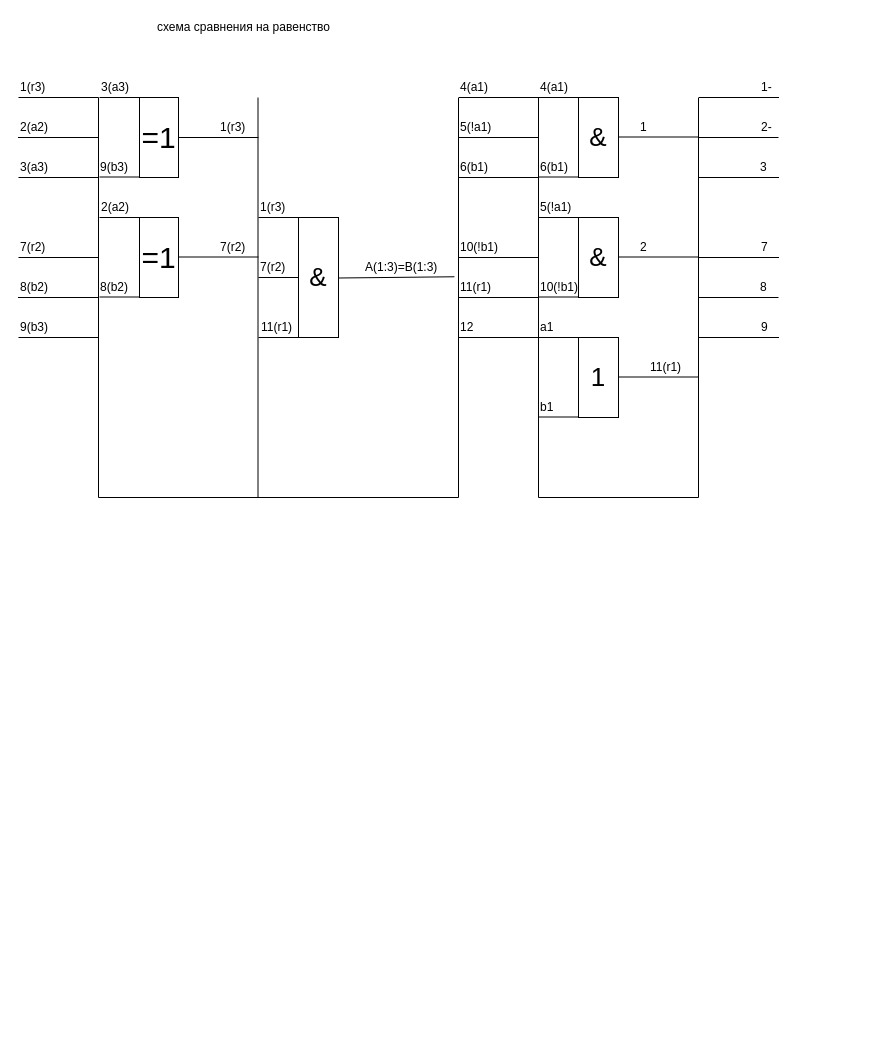
Before: comparing.drawio in nayutalienx/digital_circuits, a draw.io diagram. Source tidied: cells renumbered, new cells numbered last; positions are measured from the earlier drawing's top-left corner, leaving out a move shared by most shapes. Both pictures are drawn from the tidied source at 100%, with x=0, y=0 at pixel (18, 17).
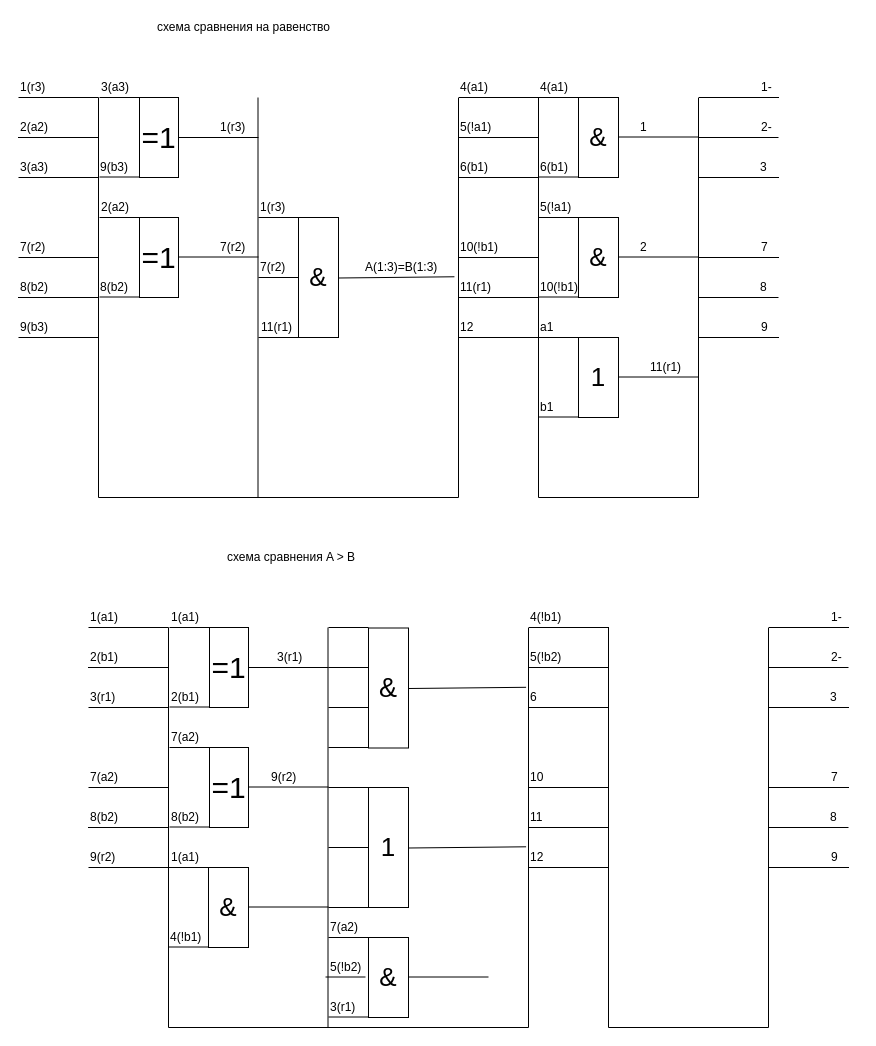
Above is the later version.

Diff of the diagram source:
```diff
@@
+    <mxCell id="90" style="endArrow=none;html=1;" parent="1" edge="1">
+      <mxGeometry relative="1" as="geometry">
+        <mxPoint x="150" y="1010" as="sourcePoint" />
+        <mxPoint x="150" y="610" as="targetPoint" />
+      </mxGeometry>
+    </mxCell>
+    <mxCell id="91" style="endArrow=none;html=1;" parent="1" edge="1">
+      <mxGeometry relative="1" as="geometry">
+        <mxPoint x="150" y="1010" as="sourcePoint" />
+        <mxPoint x="510" y="1010" as="targetPoint" />
+      </mxGeometry>
+    </mxCell>
+    <mxCell id="92" style="endArrow=none;html=1;" parent="1" edge="1">
+      <mxGeometry relative="1" as="geometry">
+        <mxPoint x="510" y="1010" as="sourcePoint" />
+        <mxPoint x="510" y="610" as="targetPoint" />
+      </mxGeometry>
+    </mxCell>
+    <mxCell id="93" style="endArrow=none;html=1;" parent="1" edge="1">
+      <mxGeometry relative="1" as="geometry">
+        <mxPoint x="70" y="610" as="sourcePoint" />
+        <mxPoint x="150" y="610" as="targetPoint" />
+      </mxGeometry>
+    </mxCell>
+    <mxCell id="94" style="endArrow=none;html=1;" parent="1" edge="1">
+      <mxGeometry relative="1" as="geometry">
+        <mxPoint x="69.5" y="650" as="sourcePoint" />
+        <mxPoint x="149.5" y="650" as="targetPoint" />
+      </mxGeometry>
+    </mxCell>
+    <mxCell id="95" style="endArrow=none;html=1;" parent="1" edge="1">
+      <mxGeometry relative="1" as="geometry">
+        <mxPoint x="70" y="690" as="sourcePoint" />
+        <mxPoint x="150" y="690" as="targetPoint" />
+      </mxGeometry>
+    </mxCell>
+    <mxCell id="96" style="endArrow=none;html=1;" parent="1" edge="1">
+      <mxGeometry relative="1" as="geometry">
+        <mxPoint x="70" y="770" as="sourcePoint" />
+        <mxPoint x="150" y="770" as="targetPoint" />
+      </mxGeometry>
+    </mxCell>
+    <mxCell id="97" style="endArrow=none;html=1;" parent="1" edge="1">
+      <mxGeometry relative="1" as="geometry">
+        <mxPoint x="69.5" y="810" as="sourcePoint" />
+        <mxPoint x="149.5" y="810" as="targetPoint" />
+      </mxGeometry>
+    </mxCell>
+    <mxCell id="98" style="endArrow=none;html=1;" parent="1" edge="1">
+      <mxGeometry relative="1" as="geometry">
+        <mxPoint x="70" y="850" as="sourcePoint" />
+        <mxPoint x="150" y="850" as="targetPoint" />
+      </mxGeometry>
+    </mxCell>
+    <mxCell id="99" style="endArrow=none;html=1;" parent="1" edge="1">
+      <mxGeometry relative="1" as="geometry">
+        <mxPoint x="510.5" y="610" as="sourcePoint" />
+        <mxPoint x="590.5" y="610" as="targetPoint" />
+      </mxGeometry>
+    </mxCell>
+    <mxCell id="100" style="endArrow=none;html=1;" parent="1" edge="1">
+      <mxGeometry relative="1" as="geometry">
+        <mxPoint x="510" y="650" as="sourcePoint" />
+        <mxPoint x="590" y="650" as="targetPoint" />
+      </mxGeometry>
+    </mxCell>
+    <mxCell id="101" style="endArrow=none;html=1;" parent="1" edge="1">
+      <mxGeometry relative="1" as="geometry">
+        <mxPoint x="510.5" y="690" as="sourcePoint" />
+        <mxPoint x="590.5" y="690" as="targetPoint" />
+      </mxGeometry>
+    </mxCell>
+    <mxCell id="102" style="endArrow=none;html=1;" parent="1" edge="1">
+      <mxGeometry relative="1" as="geometry">
+        <mxPoint x="510.5" y="770" as="sourcePoint" />
+        <mxPoint x="590.5" y="770" as="targetPoint" />
+      </mxGeometry>
+    </mxCell>
+    <mxCell id="103" style="endArrow=none;html=1;" parent="1" edge="1">
+      <mxGeometry relative="1" as="geometry">
+        <mxPoint x="510" y="810" as="sourcePoint" />
+        <mxPoint x="590" y="810" as="targetPoint" />
+      </mxGeometry>
+    </mxCell>
+    <mxCell id="104" style="endArrow=none;html=1;" parent="1" edge="1">
+      <mxGeometry relative="1" as="geometry">
+        <mxPoint x="510.5" y="850" as="sourcePoint" />
+        <mxPoint x="590.5" y="850" as="targetPoint" />
+      </mxGeometry>
+    </mxCell>
+    <mxCell id="105" style="endArrow=none;html=1;" parent="1" edge="1">
+      <mxGeometry relative="1" as="geometry">
+        <mxPoint x="590" y="1010" as="sourcePoint" />
+        <mxPoint x="590" y="610" as="targetPoint" />
+      </mxGeometry>
+    </mxCell>
+    <mxCell id="106" style="endArrow=none;html=1;" parent="1" edge="1">
+      <mxGeometry relative="1" as="geometry">
+        <mxPoint x="590" y="1010" as="sourcePoint" />
+        <mxPoint x="750" y="1010" as="targetPoint" />
+      </mxGeometry>
+    </mxCell>
+    <mxCell id="107" style="endArrow=none;html=1;" parent="1" edge="1">
+      <mxGeometry relative="1" as="geometry">
+        <mxPoint x="750" y="1010" as="sourcePoint" />
+        <mxPoint x="750" y="610" as="targetPoint" />
+      </mxGeometry>
+    </mxCell>
+    <mxCell id="108" style="endArrow=none;html=1;" parent="1" edge="1">
+      <mxGeometry relative="1" as="geometry">
+        <mxPoint x="750.5" y="610" as="sourcePoint" />
+        <mxPoint x="830.5" y="610" as="targetPoint" />
+      </mxGeometry>
+    </mxCell>
+    <mxCell id="109" style="endArrow=none;html=1;" parent="1" edge="1">
+      <mxGeometry relative="1" as="geometry">
+        <mxPoint x="750" y="650" as="sourcePoint" />
+        <mxPoint x="830" y="650" as="targetPoint" />
+      </mxGeometry>
+    </mxCell>
+    <mxCell id="110" style="endArrow=none;html=1;" parent="1" edge="1">
+      <mxGeometry relative="1" as="geometry">
+        <mxPoint x="750.5" y="690" as="sourcePoint" />
+        <mxPoint x="830.5" y="690" as="targetPoint" />
+      </mxGeometry>
+    </mxCell>
+    <mxCell id="111" style="endArrow=none;html=1;" parent="1" edge="1">
+      <mxGeometry relative="1" as="geometry">
+        <mxPoint x="750.5" y="770" as="sourcePoint" />
+        <mxPoint x="830.5" y="770" as="targetPoint" />
+      </mxGeometry>
+    </mxCell>
+    <mxCell id="112" style="endArrow=none;html=1;" parent="1" edge="1">
+      <mxGeometry relative="1" as="geometry">
+        <mxPoint x="750" y="810" as="sourcePoint" />
+        <mxPoint x="830" y="810" as="targetPoint" />
+      </mxGeometry>
+    </mxCell>
+    <mxCell id="113" style="endArrow=none;html=1;" parent="1" edge="1">
+      <mxGeometry relative="1" as="geometry">
+        <mxPoint x="750.5" y="850" as="sourcePoint" />
+        <mxPoint x="830.5" y="850" as="targetPoint" />
+      </mxGeometry>
+    </mxCell>
+    <mxCell id="114" value="1(a1)" style="text;html=1;align=left;verticalAlign=top;spacingTop=-4;" parent="1" vertex="1">
+      <mxGeometry x="70" y="590" width="40" height="20" as="geometry" />
+    </mxCell>
+    <mxCell id="115" value="2(b1)" style="text;html=1;align=left;verticalAlign=top;spacingTop=-4;" parent="1" vertex="1">
+      <mxGeometry x="70" y="630" width="40" height="20" as="geometry" />
+    </mxCell>
+    <mxCell id="116" value="3(r1)" style="text;html=1;align=left;verticalAlign=top;spacingTop=-4;" parent="1" vertex="1">
+      <mxGeometry x="69.5" y="670" width="40" height="20" as="geometry" />
+    </mxCell>
+    <mxCell id="117" value="4(!b1)" style="text;html=1;align=left;verticalAlign=top;spacingTop=-4;" parent="1" vertex="1">
+      <mxGeometry x="510" y="590" width="50" height="20" as="geometry" />
+    </mxCell>
+    <mxCell id="118" value="5(!b2)" style="text;html=1;align=left;verticalAlign=top;spacingTop=-4;" parent="1" vertex="1">
+      <mxGeometry x="510" y="630" width="50" height="20" as="geometry" />
+    </mxCell>
+    <mxCell id="119" value="6" style="text;html=1;align=left;verticalAlign=top;spacingTop=-4;" parent="1" vertex="1">
+      <mxGeometry x="510" y="670" width="20" height="20" as="geometry" />
+    </mxCell>
+    <mxCell id="120" value="10" style="text;html=1;align=left;verticalAlign=top;spacingTop=-4;" parent="1" vertex="1">
+      <mxGeometry x="510" y="750" width="30" height="20" as="geometry" />
+    </mxCell>
+    <mxCell id="121" value="11" style="text;html=1;align=left;verticalAlign=top;spacingTop=-4;" parent="1" vertex="1">
+      <mxGeometry x="510" y="790" width="30" height="20" as="geometry" />
+    </mxCell>
+    <mxCell id="122" value="12" style="text;html=1;align=left;verticalAlign=top;spacingTop=-4;" parent="1" vertex="1">
+      <mxGeometry x="510" y="830" width="30" height="20" as="geometry" />
+    </mxCell>
+    <mxCell id="123" value="7(a2)" style="text;html=1;align=left;verticalAlign=top;spacingTop=-4;" parent="1" vertex="1">
+      <mxGeometry x="70" y="750" width="40" height="20" as="geometry" />
+    </mxCell>
+    <mxCell id="124" value="8(b2)" style="text;html=1;align=left;verticalAlign=top;spacingTop=-4;" parent="1" vertex="1">
+      <mxGeometry x="69.5" y="790" width="40" height="20" as="geometry" />
+    </mxCell>
+    <mxCell id="125" value="9(r2)" style="text;html=1;align=left;verticalAlign=top;spacingTop=-4;" parent="1" vertex="1">
+      <mxGeometry x="70" y="830" width="40" height="20" as="geometry" />
+    </mxCell>
+    <mxCell id="126" value="1-" style="text;html=1;align=left;verticalAlign=top;spacingTop=-4;" parent="1" vertex="1">
+      <mxGeometry x="810.5" y="590" width="30" height="20" as="geometry" />
+    </mxCell>
+    <mxCell id="127" value="2-" style="text;html=1;align=left;verticalAlign=top;spacingTop=-4;" parent="1" vertex="1">
+      <mxGeometry x="810.5" y="630" width="30" height="20" as="geometry" />
+    </mxCell>
+    <mxCell id="128" value="3" style="text;html=1;align=left;verticalAlign=top;spacingTop=-4;" parent="1" vertex="1">
+      <mxGeometry x="810" y="670" width="20" height="20" as="geometry" />
+    </mxCell>
+    <mxCell id="129" value="7" style="text;html=1;align=left;verticalAlign=top;spacingTop=-4;" parent="1" vertex="1">
+      <mxGeometry x="810.5" y="750" width="20" height="20" as="geometry" />
+    </mxCell>
+    <mxCell id="130" value="8" style="text;html=1;align=left;verticalAlign=top;spacingTop=-4;" parent="1" vertex="1">
+      <mxGeometry x="810" y="790" width="20" height="20" as="geometry" />
+    </mxCell>
+    <mxCell id="131" value="9" style="text;html=1;align=left;verticalAlign=top;spacingTop=-4;" parent="1" vertex="1">
+      <mxGeometry x="810.5" y="830" width="20" height="20" as="geometry" />
+    </mxCell>
+    <mxCell id="132" value="схема сравнения A &amp;gt; B" style="text;html=1;align=left;verticalAlign=top;spacingTop=-4;" parent="1" vertex="1">
+      <mxGeometry x="207" y="530" width="140" height="20" as="geometry" />
+    </mxCell>
+    <mxCell id="133" value="&lt;font style=&quot;font-size: 30px&quot;&gt;=1&lt;/font&gt;" style="rounded=0;whiteSpace=wrap;html=1;" parent="1" vertex="1">
+      <mxGeometry x="191" y="610" width="39" height="80" as="geometry" />
+    </mxCell>
+    <mxCell id="134" style="endArrow=none;html=1;" parent="1" edge="1">
+      <mxGeometry relative="1" as="geometry">
+        <mxPoint x="151" y="610" as="sourcePoint" />
+        <mxPoint x="191" y="610" as="targetPoint" />
+      </mxGeometry>
+    </mxCell>
+    <mxCell id="135" style="endArrow=none;html=1;" parent="1" edge="1">
+      <mxGeometry relative="1" as="geometry">
+        <mxPoint x="151" y="689.5" as="sourcePoint" />
+        <mxPoint x="191" y="689.5" as="targetPoint" />
+      </mxGeometry>
+    </mxCell>
+    <mxCell id="136" value="&lt;font style=&quot;font-size: 30px&quot;&gt;=1&lt;/font&gt;" style="rounded=0;whiteSpace=wrap;html=1;" parent="1" vertex="1">
+      <mxGeometry x="191" y="730" width="39" height="80" as="geometry" />
+    </mxCell>
+    <mxCell id="137" style="endArrow=none;html=1;" parent="1" edge="1">
+      <mxGeometry relative="1" as="geometry">
+        <mxPoint x="151" y="730" as="sourcePoint" />
+        <mxPoint x="191" y="730" as="targetPoint" />
+      </mxGeometry>
+    </mxCell>
+    <mxCell id="138" style="endArrow=none;html=1;" parent="1" edge="1">
+      <mxGeometry relative="1" as="geometry">
+        <mxPoint x="151" y="809.5" as="sourcePoint" />
+        <mxPoint x="191" y="809.5" as="targetPoint" />
+      </mxGeometry>
+    </mxCell>
+    <mxCell id="139" style="endArrow=none;html=1;" parent="1" edge="1">
+      <mxGeometry relative="1" as="geometry">
+        <mxPoint x="230" y="650" as="sourcePoint" />
+        <mxPoint x="310" y="650" as="targetPoint" />
+      </mxGeometry>
+    </mxCell>
+    <mxCell id="140" style="endArrow=none;html=1;" parent="1" edge="1">
+      <mxGeometry relative="1" as="geometry">
+        <mxPoint x="230" y="769.5" as="sourcePoint" />
+        <mxPoint x="310" y="769.5" as="targetPoint" />
+      </mxGeometry>
+    </mxCell>
+    <mxCell id="141" style="endArrow=none;html=1;" parent="1" edge="1">
+      <mxGeometry relative="1" as="geometry">
+        <mxPoint x="309.5" y="1010" as="sourcePoint" />
+        <mxPoint x="309.5" y="610" as="targetPoint" />
+      </mxGeometry>
+    </mxCell>
+    <mxCell id="142" value="&lt;font style=&quot;font-size: 26px&quot;&gt;1&lt;/font&gt;" style="rounded=0;whiteSpace=wrap;html=1;" parent="1" vertex="1">
+      <mxGeometry x="350" y="770" width="40" height="120" as="geometry" />
+    </mxCell>
+    <mxCell id="143" style="endArrow=none;html=1;entryX=0;entryY=0;entryDx=0;entryDy=0;entryPerimeter=0;" parent="1" edge="1" target="142">
+      <mxGeometry relative="1" as="geometry">
+        <mxPoint x="310" y="770" as="sourcePoint" />
+      </mxGeometry>
+    </mxCell>
+    <mxCell id="144" style="endArrow=none;html=1;entryX=0;entryY=0;entryDx=0;entryDy=0;entryPerimeter=0;" parent="1" edge="1">
+      <mxGeometry relative="1" as="geometry">
+        <mxPoint x="310" y="830" as="sourcePoint" />
+        <mxPoint x="350" y="830" as="targetPoint" />
+      </mxGeometry>
+    </mxCell>
+    <mxCell id="145" style="endArrow=none;html=1;entryX=0;entryY=0;entryDx=0;entryDy=0;entryPerimeter=0;" parent="1" edge="1">
+      <mxGeometry relative="1" as="geometry">
+        <mxPoint x="310" y="890" as="sourcePoint" />
+        <mxPoint x="350" y="890" as="targetPoint" />
+      </mxGeometry>
+    </mxCell>
+    <mxCell id="146" style="endArrow=none;html=1;entryX=-0.081;entryY=-0.036;entryDx=0;entryDy=0;entryPerimeter=0;" parent="1" edge="1">
+      <mxGeometry relative="1" as="geometry">
+        <mxPoint x="390" y="830.5" as="sourcePoint" />
+        <mxPoint x="507.6" y="829.3" as="targetPoint" />
+      </mxGeometry>
+    </mxCell>
+    <mxCell id="147" value="1(a1)" style="text;html=1;align=left;verticalAlign=top;spacingTop=-4;" parent="1" vertex="1">
+      <mxGeometry x="151" y="590" width="40" height="20" as="geometry" />
+    </mxCell>
+    <mxCell id="148" value="2(b1)" style="text;html=1;align=left;verticalAlign=top;spacingTop=-4;" parent="1" vertex="1">
+      <mxGeometry x="151" y="670" width="40" height="20" as="geometry" />
+    </mxCell>
+    <mxCell id="149" value="3(r1)" style="text;html=1;align=left;verticalAlign=top;spacingTop=-4;" parent="1" vertex="1">
+      <mxGeometry x="257" y="630" width="40" height="20" as="geometry" />
+    </mxCell>
+    <mxCell id="150" value="7(a2)" style="text;html=1;align=left;verticalAlign=top;spacingTop=-4;" parent="1" vertex="1">
+      <mxGeometry x="151" y="710" width="40" height="20" as="geometry" />
+    </mxCell>
+    <mxCell id="151" value="8(b2)" style="text;html=1;align=left;verticalAlign=top;spacingTop=-4;" parent="1" vertex="1">
+      <mxGeometry x="151" y="790" width="40" height="20" as="geometry" />
+    </mxCell>
+    <mxCell id="152" value="9(r2)" style="text;html=1;align=left;verticalAlign=top;spacingTop=-4;" parent="1" vertex="1">
+      <mxGeometry x="251" y="750" width="40" height="20" as="geometry" />
+    </mxCell>
+    <mxCell id="153" value="&lt;font style=&quot;font-size: 26px&quot;&gt;&amp;amp;&lt;/font&gt;" style="rounded=0;whiteSpace=wrap;html=1;" parent="1" vertex="1">
+      <mxGeometry x="190" y="850" width="40" height="80" as="geometry" />
+    </mxCell>
+    <mxCell id="154" style="endArrow=none;html=1;entryX=0;entryY=0;entryDx=0;entryDy=0;entryPerimeter=0;" parent="1" edge="1" target="153">
+      <mxGeometry relative="1" as="geometry">
+        <mxPoint x="150" y="850" as="sourcePoint" />
+      </mxGeometry>
+    </mxCell>
+    <mxCell id="155" style="endArrow=none;html=1;entryX=0;entryY=0;entryDx=0;entryDy=0;entryPerimeter=0;" parent="1" edge="1">
+      <mxGeometry relative="1" as="geometry">
+        <mxPoint x="150" y="929.5" as="sourcePoint" />
+        <mxPoint x="190" y="929.5" as="targetPoint" />
+      </mxGeometry>
+    </mxCell>
+    <mxCell id="156" style="endArrow=none;html=1;" parent="1" edge="1">
+      <mxGeometry relative="1" as="geometry">
+        <mxPoint x="230" y="889.5" as="sourcePoint" />
+        <mxPoint x="310" y="889.5" as="targetPoint" />
+      </mxGeometry>
+    </mxCell>
+    <mxCell id="157" value="&lt;font style=&quot;font-size: 26px&quot;&gt;&amp;amp;&lt;/font&gt;" style="rounded=0;whiteSpace=wrap;html=1;" parent="1" vertex="1">
+      <mxGeometry x="350" y="920" width="40" height="80" as="geometry" />
+    </mxCell>
+    <mxCell id="158" style="endArrow=none;html=1;entryX=0;entryY=0;entryDx=0;entryDy=0;entryPerimeter=0;" parent="1" edge="1" target="157">
+      <mxGeometry relative="1" as="geometry">
+        <mxPoint x="310" y="920" as="sourcePoint" />
+      </mxGeometry>
+    </mxCell>
+    <mxCell id="159" style="endArrow=none;html=1;entryX=0;entryY=0;entryDx=0;entryDy=0;entryPerimeter=0;" parent="1" edge="1">
+      <mxGeometry relative="1" as="geometry">
+        <mxPoint x="310" y="999.5" as="sourcePoint" />
+        <mxPoint x="350" y="999.5" as="targetPoint" />
+      </mxGeometry>
+    </mxCell>
+    <mxCell id="160" style="endArrow=none;html=1;" parent="1" edge="1">
+      <mxGeometry relative="1" as="geometry">
+        <mxPoint x="390" y="959.5" as="sourcePoint" />
+        <mxPoint x="470" y="959.5" as="targetPoint" />
+      </mxGeometry>
+    </mxCell>
+    <mxCell id="161" value="&lt;font style=&quot;font-size: 27px&quot;&gt;&amp;amp;&lt;/font&gt;" style="rounded=0;whiteSpace=wrap;html=1;" parent="1" vertex="1">
+      <mxGeometry x="350" y="610.5" width="40" height="120" as="geometry" />
+    </mxCell>
+    <mxCell id="162" style="endArrow=none;html=1;entryX=0;entryY=0;entryDx=0;entryDy=0;entryPerimeter=0;" parent="1" edge="1">
+      <mxGeometry relative="1" as="geometry">
+        <mxPoint x="310" y="610" as="sourcePoint" />
+        <mxPoint x="350" y="610" as="targetPoint" />
+      </mxGeometry>
+    </mxCell>
+    <mxCell id="163" style="endArrow=none;html=1;entryX=0;entryY=0;entryDx=0;entryDy=0;entryPerimeter=0;" parent="1" edge="1">
+      <mxGeometry relative="1" as="geometry">
+        <mxPoint x="310" y="650" as="sourcePoint" />
+        <mxPoint x="350" y="650" as="targetPoint" />
+      </mxGeometry>
+    </mxCell>
+    <mxCell id="164" style="endArrow=none;html=1;entryX=0;entryY=0;entryDx=0;entryDy=0;entryPerimeter=0;" parent="1" edge="1">
+      <mxGeometry relative="1" as="geometry">
+        <mxPoint x="310" y="730" as="sourcePoint" />
+        <mxPoint x="350" y="730" as="targetPoint" />
+      </mxGeometry>
+    </mxCell>
+    <mxCell id="165" style="endArrow=none;html=1;entryX=0;entryY=0;entryDx=0;entryDy=0;entryPerimeter=0;" parent="1" edge="1">
+      <mxGeometry relative="1" as="geometry">
+        <mxPoint x="310" y="690" as="sourcePoint" />
+        <mxPoint x="350" y="690" as="targetPoint" />
+      </mxGeometry>
+    </mxCell>
+    <mxCell id="166" style="endArrow=none;html=1;entryX=-0.081;entryY=-0.036;entryDx=0;entryDy=0;entryPerimeter=0;" parent="1" edge="1">
+      <mxGeometry relative="1" as="geometry">
+        <mxPoint x="390" y="671" as="sourcePoint" />
+        <mxPoint x="507.6" y="669.8" as="targetPoint" />
+      </mxGeometry>
+    </mxCell>
+    <mxCell id="167" value="4(!b1)" style="text;html=1;align=left;verticalAlign=top;spacingTop=-4;" parent="1" vertex="1">
+      <mxGeometry x="150" y="910" width="50" height="20" as="geometry" />
+    </mxCell>
+    <mxCell id="168" value="1(a1)" style="text;html=1;align=left;verticalAlign=top;spacingTop=-4;" parent="1" vertex="1">
+      <mxGeometry x="151" y="830" width="40" height="20" as="geometry" />
+    </mxCell>
+    <mxCell id="169" style="endArrow=none;html=1;entryX=0;entryY=0;entryDx=0;entryDy=0;entryPerimeter=0;" parent="1" edge="1">
+      <mxGeometry relative="1" as="geometry">
+        <mxPoint x="307" y="959.5" as="sourcePoint" />
+        <mxPoint x="347" y="959.5" as="targetPoint" />
+      </mxGeometry>
+    </mxCell>
+    <mxCell id="170" value="5(!b2)" style="text;html=1;align=left;verticalAlign=top;spacingTop=-4;" parent="1" vertex="1">
+      <mxGeometry x="310" y="940" width="50" height="20" as="geometry" />
+    </mxCell>
+    <mxCell id="171" value="7(a2)" style="text;html=1;align=left;verticalAlign=top;spacingTop=-4;" parent="1" vertex="1">
+      <mxGeometry x="310" y="900" width="40" height="20" as="geometry" />
+    </mxCell>
+    <mxCell id="172" value="3(r1)" style="text;html=1;align=left;verticalAlign=top;spacingTop=-4;" parent="1" vertex="1">
+      <mxGeometry x="310" y="980" width="40" height="20" as="geometry" />
+    </mxCell>
```
